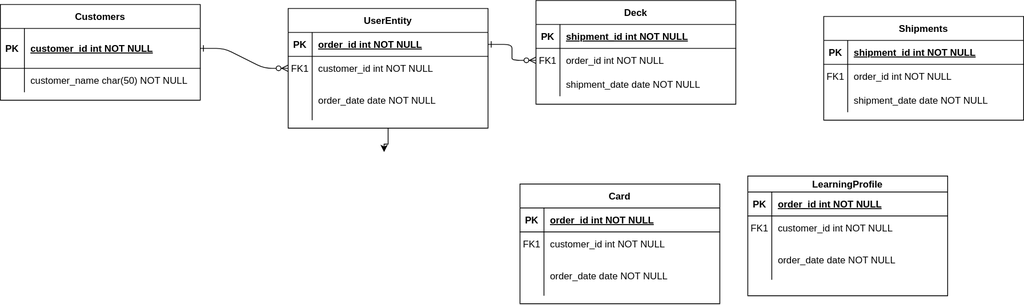
This is erd 다이어그램.drawio.svg from Third-tool/third-tool-backend, a draw.io export, as it was before one commit. Source tidied: cells renumbered, new cells last; positions are measured from the earlier drawing's top-left corner, leaving out a move shared by most shapes.
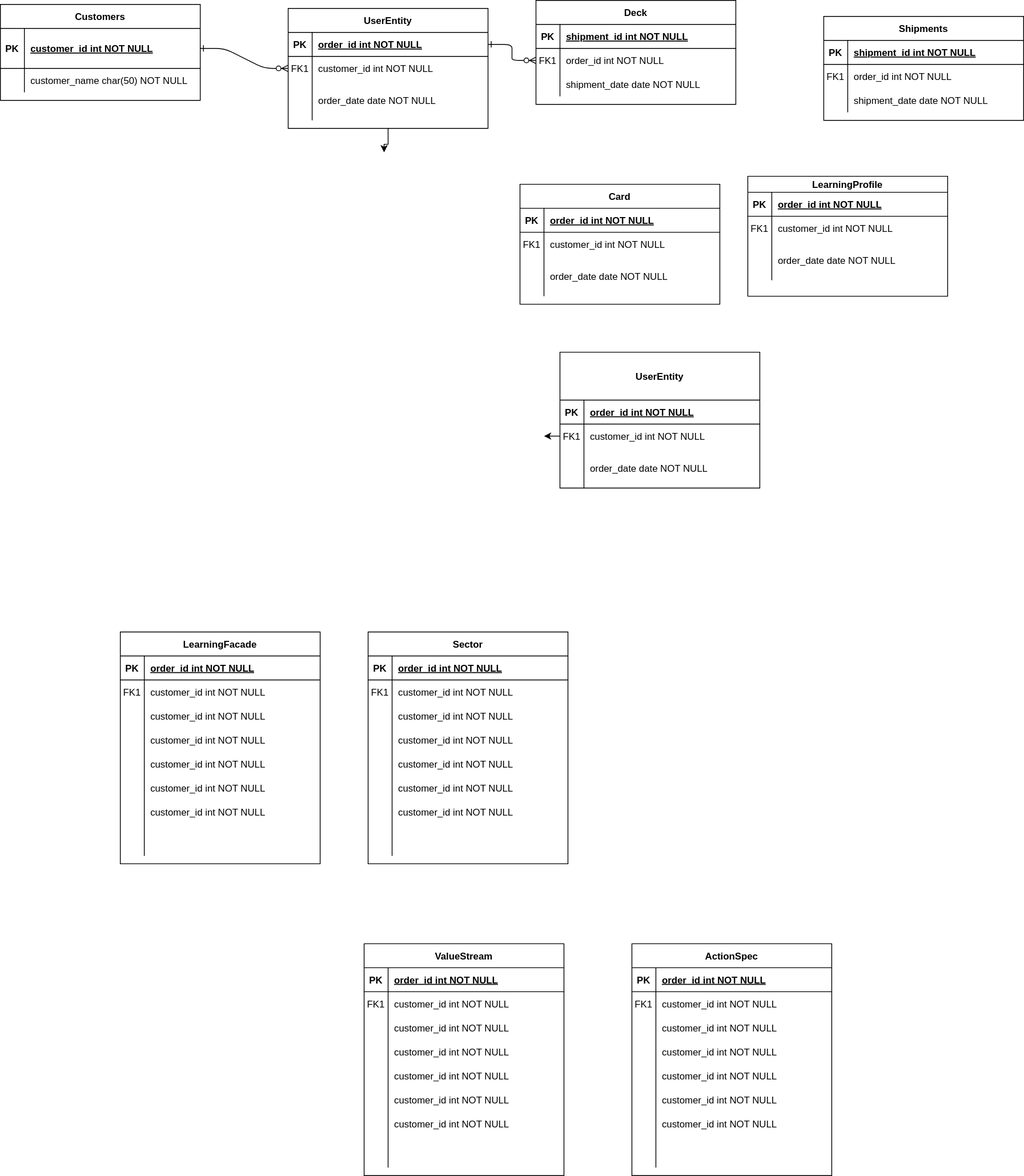
After the commit.

Commit message:
erd 다이어그램.drawio.svg 업데이트

Diff of the diagram source:
```diff
@@ -184,5 +184,238 @@
     <mxCell id="61" value="shipment_date date NOT NULL" style="shape=partialRectangle;overflow=hidden;fillColor=none;top=0;left=0;bottom=0;right=0;align=left;spacingLeft=6;" parent="59" vertex="1">
       <mxGeometry x="30" width="220" height="30" as="geometry" />
     </mxCell>
+    <mxCell id="62" value="UserEntity" style="shape=table;startSize=60;rowLines=0;fontStyle=1;align=center;" parent="1" vertex="1">
+      <mxGeometry x="700" y="440" width="250" height="170" as="geometry" />
+    </mxCell>
+    <mxCell id="63" style="shape=partialRectangle;fillColor=none;top=0;left=0;right=0;bottom=1;" parent="62" vertex="1">
+      <mxGeometry y="60" width="250" height="30" as="geometry" />
+    </mxCell>
+    <mxCell id="64" value="PK" style="shape=partialRectangle;overflow=hidden;fillColor=none;top=0;left=0;bottom=0;right=0;fontStyle=1;" parent="63" vertex="1">
+      <mxGeometry width="30" height="30" as="geometry" />
+    </mxCell>
+    <mxCell id="65" value="order_id int NOT NULL " style="shape=partialRectangle;overflow=hidden;fillColor=none;top=0;left=0;bottom=0;right=0;align=left;spacingLeft=6;fontStyle=5;" parent="63" vertex="1">
+      <mxGeometry x="30" width="220" height="30" as="geometry" />
+    </mxCell>
+    <mxCell id="66" style="shape=partialRectangle;fillColor=none;points=[[0,0.5],[1,0.5]];portConstraint=eastwest;top=0;left=0;right=0;bottom=0;" parent="62" vertex="1">
+      <mxGeometry y="90" width="250" height="30" as="geometry" />
+    </mxCell>
+    <mxCell id="67" value="FK1" style="shape=partialRectangle;overflow=hidden;fillColor=none;top=0;left=0;bottom=0;right=0;" parent="66" vertex="1">
+      <mxGeometry width="30" height="30" as="geometry" />
+    </mxCell>
+    <mxCell id="68" value="customer_id int NOT NULL" style="shape=partialRectangle;overflow=hidden;fillColor=none;top=0;left=0;bottom=0;right=0;align=left;spacingLeft=6;" parent="66" vertex="1">
+      <mxGeometry x="30" width="220" height="30" as="geometry" />
+    </mxCell>
+    <mxCell id="69" style="shape=partialRectangle;fillColor=none;top=0;left=0;right=0;bottom=0;" parent="62" vertex="1">
+      <mxGeometry y="120" width="250" height="50" as="geometry" />
+    </mxCell>
+    <mxCell id="70" style="shape=partialRectangle;overflow=hidden;fillColor=none;top=0;left=0;bottom=0;right=0;" parent="69" vertex="1">
+      <mxGeometry width="30" height="50" as="geometry" />
+    </mxCell>
+    <mxCell id="71" value="order_date date NOT NULL" style="shape=partialRectangle;overflow=hidden;fillColor=none;top=0;left=0;bottom=0;right=0;align=left;spacingLeft=6;" parent="69" vertex="1">
+      <mxGeometry x="30" width="220" height="50" as="geometry" />
+    </mxCell>
+    <mxCell id="72" style="shape=partialRectangle;overflow=hidden;fillColor=none;top=0;left=0;bottom=0;right=0;" parent="1" vertex="1">
+      <mxGeometry x="50" y="650" width="30" height="50" as="geometry" />
+    </mxCell>
+    <mxCell id="73" style="shape=partialRectangle;overflow=hidden;fillColor=none;top=0;left=0;bottom=0;right=0;" parent="1" vertex="1">
+      <mxGeometry x="50" y="660" width="30" height="50" as="geometry" />
+    </mxCell>
+    <mxCell id="74" style="edgeStyle=orthogonalEdgeStyle;rounded=0;jettySize=auto;html=1;exitX=0;exitY=0.5;exitDx=0;exitDy=0;" parent="1" edge="1" source="66">
+      <mxGeometry relative="1" as="geometry">
+        <mxPoint x="680" y="545.5" as="targetPoint" />
+      </mxGeometry>
+    </mxCell>
+    <mxCell id="75" style="group;" parent="1" vertex="1">
+      <mxGeometry x="150" y="790" width="250" height="290" as="geometry" />
+    </mxCell>
+    <mxCell id="76" value="LearningFacade" style="shape=table;startSize=30;rowLines=0;fontStyle=1;align=center;" parent="75" vertex="1">
+      <mxGeometry width="250" height="290" as="geometry" />
+    </mxCell>
+    <mxCell id="77" style="shape=partialRectangle;fillColor=none;top=0;left=0;right=0;bottom=1;" parent="76" vertex="1">
+      <mxGeometry y="30" width="250" height="30" as="geometry" />
+    </mxCell>
+    <mxCell id="78" value="PK" style="shape=partialRectangle;overflow=hidden;fillColor=none;top=0;left=0;bottom=0;right=0;fontStyle=1;" parent="77" vertex="1">
+      <mxGeometry width="30" height="30" as="geometry" />
+    </mxCell>
+    <mxCell id="79" value="order_id int NOT NULL " style="shape=partialRectangle;overflow=hidden;fillColor=none;top=0;left=0;bottom=0;right=0;align=left;spacingLeft=6;fontStyle=5;" parent="77" vertex="1">
+      <mxGeometry x="30" width="220" height="30" as="geometry" />
+    </mxCell>
+    <mxCell id="80" style="shape=partialRectangle;fillColor=none;top=0;left=0;right=0;bottom=0;" parent="76" vertex="1">
+      <mxGeometry y="60" width="250" height="30" as="geometry" />
+    </mxCell>
+    <mxCell id="81" value="FK1" style="shape=partialRectangle;overflow=hidden;fillColor=none;top=0;left=0;bottom=0;right=0;" parent="80" vertex="1">
+      <mxGeometry width="30" height="30" as="geometry" />
+    </mxCell>
+    <mxCell id="82" value="customer_id int NOT NULL" style="shape=partialRectangle;overflow=hidden;fillColor=none;top=0;left=0;bottom=0;right=0;align=left;spacingLeft=6;" parent="80" vertex="1">
+      <mxGeometry x="30" width="220" height="30" as="geometry" />
+    </mxCell>
+    <mxCell id="83" style="shape=partialRectangle;fillColor=none;top=0;left=0;right=0;bottom=0;" parent="76" vertex="1">
+      <mxGeometry y="90" width="250" height="190" as="geometry" />
+    </mxCell>
+    <mxCell id="84" style="shape=partialRectangle;overflow=hidden;fillColor=none;top=0;left=0;bottom=0;right=0;" parent="83" vertex="1">
+      <mxGeometry width="30" height="190" as="geometry" />
+    </mxCell>
+    <mxCell id="85" style="shape=partialRectangle;overflow=hidden;fillColor=none;top=0;left=0;bottom=0;right=0;align=left;spacingLeft=6;" parent="83" vertex="1">
+      <mxGeometry x="30" width="220" height="190" as="geometry" />
+    </mxCell>
+    <mxCell id="86" value="customer_id int NOT NULL" style="shape=partialRectangle;overflow=hidden;fillColor=none;top=0;left=0;bottom=0;right=0;align=left;spacingLeft=6;" parent="75" vertex="1">
+      <mxGeometry x="30" y="90" width="220" height="30" as="geometry" />
+    </mxCell>
+    <mxCell id="87" value="customer_id int NOT NULL" style="shape=partialRectangle;overflow=hidden;fillColor=none;top=0;left=0;bottom=0;right=0;align=left;spacingLeft=6;" parent="75" vertex="1">
+      <mxGeometry x="30" y="150" width="220" height="30" as="geometry" />
+    </mxCell>
+    <mxCell id="88" value="customer_id int NOT NULL" style="shape=partialRectangle;overflow=hidden;fillColor=none;top=0;left=0;bottom=0;right=0;align=left;spacingLeft=6;" parent="75" vertex="1">
+      <mxGeometry x="30" y="120" width="220" height="30" as="geometry" />
+    </mxCell>
+    <mxCell id="89" value="customer_id int NOT NULL" style="shape=partialRectangle;overflow=hidden;fillColor=none;top=0;left=0;bottom=0;right=0;align=left;spacingLeft=6;" parent="75" vertex="1">
+      <mxGeometry x="30" y="180" width="220" height="30" as="geometry" />
+    </mxCell>
+    <mxCell id="90" value="customer_id int NOT NULL" style="shape=partialRectangle;overflow=hidden;fillColor=none;top=0;left=0;bottom=0;right=0;align=left;spacingLeft=6;" parent="75" vertex="1">
+      <mxGeometry x="30" y="210" width="220" height="30" as="geometry" />
+    </mxCell>
+    <mxCell id="91" style="group;" parent="1" vertex="1">
+      <mxGeometry x="460" y="790" width="250" height="290" as="geometry" />
+    </mxCell>
+    <mxCell id="92" value="Sector" style="shape=table;startSize=30;rowLines=0;fontStyle=1;align=center;" parent="91" vertex="1">
+      <mxGeometry width="250" height="290" as="geometry" />
+    </mxCell>
+    <mxCell id="93" style="shape=partialRectangle;fillColor=none;top=0;left=0;right=0;bottom=1;" parent="92" vertex="1">
+      <mxGeometry y="30" width="250" height="30" as="geometry" />
+    </mxCell>
+    <mxCell id="94" value="PK" style="shape=partialRectangle;overflow=hidden;fillColor=none;top=0;left=0;bottom=0;right=0;fontStyle=1;" parent="93" vertex="1">
+      <mxGeometry width="30" height="30" as="geometry" />
+    </mxCell>
+    <mxCell id="95" value="order_id int NOT NULL " style="shape=partialRectangle;overflow=hidden;fillColor=none;top=0;left=0;bottom=0;right=0;align=left;spacingLeft=6;fontStyle=5;" parent="93" vertex="1">
+      <mxGeometry x="30" width="220" height="30" as="geometry" />
+    </mxCell>
+    <mxCell id="96" style="shape=partialRectangle;fillColor=none;top=0;left=0;right=0;bottom=0;" parent="92" vertex="1">
+      <mxGeometry y="60" width="250" height="30" as="geometry" />
+    </mxCell>
+    <mxCell id="97" value="FK1" style="shape=partialRectangle;overflow=hidden;fillColor=none;top=0;left=0;bottom=0;right=0;" parent="96" vertex="1">
+      <mxGeometry width="30" height="30" as="geometry" />
+    </mxCell>
+    <mxCell id="98" value="customer_id int NOT NULL" style="shape=partialRectangle;overflow=hidden;fillColor=none;top=0;left=0;bottom=0;right=0;align=left;spacingLeft=6;" parent="96" vertex="1">
+      <mxGeometry x="30" width="220" height="30" as="geometry" />
+    </mxCell>
+    <mxCell id="99" style="shape=partialRectangle;fillColor=none;top=0;left=0;right=0;bottom=0;" parent="92" vertex="1">
+      <mxGeometry y="90" width="250" height="190" as="geometry" />
+    </mxCell>
+    <mxCell id="100" style="shape=partialRectangle;overflow=hidden;fillColor=none;top=0;left=0;bottom=0;right=0;" parent="99" vertex="1">
+      <mxGeometry width="30" height="190" as="geometry" />
+    </mxCell>
+    <mxCell id="101" style="shape=partialRectangle;overflow=hidden;fillColor=none;top=0;left=0;bottom=0;right=0;align=left;spacingLeft=6;" parent="99" vertex="1">
+      <mxGeometry x="30" width="220" height="190" as="geometry" />
+    </mxCell>
+    <mxCell id="102" value="customer_id int NOT NULL" style="shape=partialRectangle;overflow=hidden;fillColor=none;top=0;left=0;bottom=0;right=0;align=left;spacingLeft=6;" parent="91" vertex="1">
+      <mxGeometry x="30" y="90" width="220" height="30" as="geometry" />
+    </mxCell>
+    <mxCell id="103" value="customer_id int NOT NULL" style="shape=partialRectangle;overflow=hidden;fillColor=none;top=0;left=0;bottom=0;right=0;align=left;spacingLeft=6;" parent="91" vertex="1">
+      <mxGeometry x="30" y="150" width="220" height="30" as="geometry" />
+    </mxCell>
+    <mxCell id="104" value="customer_id int NOT NULL" style="shape=partialRectangle;overflow=hidden;fillColor=none;top=0;left=0;bottom=0;right=0;align=left;spacingLeft=6;" parent="91" vertex="1">
+      <mxGeometry x="30" y="120" width="220" height="30" as="geometry" />
+    </mxCell>
+    <mxCell id="105" value="customer_id int NOT NULL" style="shape=partialRectangle;overflow=hidden;fillColor=none;top=0;left=0;bottom=0;right=0;align=left;spacingLeft=6;" parent="91" vertex="1">
+      <mxGeometry x="30" y="180" width="220" height="30" as="geometry" />
+    </mxCell>
+    <mxCell id="106" value="customer_id int NOT NULL" style="shape=partialRectangle;overflow=hidden;fillColor=none;top=0;left=0;bottom=0;right=0;align=left;spacingLeft=6;" parent="91" vertex="1">
+      <mxGeometry x="30" y="210" width="220" height="30" as="geometry" />
+    </mxCell>
+    <mxCell id="107" style="group;" parent="1" vertex="1">
+      <mxGeometry x="455" y="1180" width="250" height="290" as="geometry" />
+    </mxCell>
+    <mxCell id="108" value="ValueStream" style="shape=table;startSize=30;rowLines=0;fontStyle=1;align=center;" parent="107" vertex="1">
+      <mxGeometry width="250" height="290" as="geometry" />
+    </mxCell>
+    <mxCell id="109" style="shape=partialRectangle;fillColor=none;top=0;left=0;right=0;bottom=1;" parent="108" vertex="1">
+      <mxGeometry y="30" width="250" height="30" as="geometry" />
+    </mxCell>
+    <mxCell id="110" value="PK" style="shape=partialRectangle;overflow=hidden;fillColor=none;top=0;left=0;bottom=0;right=0;fontStyle=1;" parent="109" vertex="1">
+      <mxGeometry width="30" height="30" as="geometry" />
+    </mxCell>
+    <mxCell id="111" value="order_id int NOT NULL " style="shape=partialRectangle;overflow=hidden;fillColor=none;top=0;left=0;bottom=0;right=0;align=left;spacingLeft=6;fontStyle=5;" parent="109" vertex="1">
+      <mxGeometry x="30" width="220" height="30" as="geometry" />
+    </mxCell>
+    <mxCell id="112" style="shape=partialRectangle;fillColor=none;top=0;left=0;right=0;bottom=0;" parent="108" vertex="1">
+      <mxGeometry y="60" width="250" height="30" as="geometry" />
+    </mxCell>
+    <mxCell id="113" value="FK1" style="shape=partialRectangle;overflow=hidden;fillColor=none;top=0;left=0;bottom=0;right=0;" parent="112" vertex="1">
+      <mxGeometry width="30" height="30" as="geometry" />
+    </mxCell>
+    <mxCell id="114" value="customer_id int NOT NULL" style="shape=partialRectangle;overflow=hidden;fillColor=none;top=0;left=0;bottom=0;right=0;align=left;spacingLeft=6;" parent="112" vertex="1">
+      <mxGeometry x="30" width="220" height="30" as="geometry" />
+    </mxCell>
+    <mxCell id="115" style="shape=partialRectangle;fillColor=none;top=0;left=0;right=0;bottom=0;" parent="108" vertex="1">
+      <mxGeometry y="90" width="250" height="190" as="geometry" />
+    </mxCell>
+    <mxCell id="116" style="shape=partialRectangle;overflow=hidden;fillColor=none;top=0;left=0;bottom=0;right=0;" parent="115" vertex="1">
+      <mxGeometry width="30" height="190" as="geometry" />
+    </mxCell>
+    <mxCell id="117" style="shape=partialRectangle;overflow=hidden;fillColor=none;top=0;left=0;bottom=0;right=0;align=left;spacingLeft=6;" parent="115" vertex="1">
+      <mxGeometry x="30" width="220" height="190" as="geometry" />
+    </mxCell>
+    <mxCell id="118" value="customer_id int NOT NULL" style="shape=partialRectangle;overflow=hidden;fillColor=none;top=0;left=0;bottom=0;right=0;align=left;spacingLeft=6;" parent="107" vertex="1">
+      <mxGeometry x="30" y="90" width="220" height="30" as="geometry" />
+    </mxCell>
+    <mxCell id="119" value="customer_id int NOT NULL" style="shape=partialRectangle;overflow=hidden;fillColor=none;top=0;left=0;bottom=0;right=0;align=left;spacingLeft=6;" parent="107" vertex="1">
+      <mxGeometry x="30" y="150" width="220" height="30" as="geometry" />
+    </mxCell>
+    <mxCell id="120" value="customer_id int NOT NULL" style="shape=partialRectangle;overflow=hidden;fillColor=none;top=0;left=0;bottom=0;right=0;align=left;spacingLeft=6;" parent="107" vertex="1">
+      <mxGeometry x="30" y="120" width="220" height="30" as="geometry" />
+    </mxCell>
+    <mxCell id="121" value="customer_id int NOT NULL" style="shape=partialRectangle;overflow=hidden;fillColor=none;top=0;left=0;bottom=0;right=0;align=left;spacingLeft=6;" parent="107" vertex="1">
+      <mxGeometry x="30" y="180" width="220" height="30" as="geometry" />
+    </mxCell>
+    <mxCell id="122" value="customer_id int NOT NULL" style="shape=partialRectangle;overflow=hidden;fillColor=none;top=0;left=0;bottom=0;right=0;align=left;spacingLeft=6;" parent="107" vertex="1">
+      <mxGeometry x="30" y="210" width="220" height="30" as="geometry" />
+    </mxCell>
+    <mxCell id="123" style="group;" parent="1" vertex="1">
+      <mxGeometry x="790" y="1180" width="250" height="290" as="geometry" />
+    </mxCell>
+    <mxCell id="124" value="ActionSpec" style="shape=table;startSize=30;rowLines=0;fontStyle=1;align=center;" parent="123" vertex="1">
+      <mxGeometry width="250" height="290" as="geometry" />
+    </mxCell>
+    <mxCell id="125" style="shape=partialRectangle;fillColor=none;top=0;left=0;right=0;bottom=1;" parent="124" vertex="1">
+      <mxGeometry y="30" width="250" height="30" as="geometry" />
+    </mxCell>
+    <mxCell id="126" value="PK" style="shape=partialRectangle;overflow=hidden;fillColor=none;top=0;left=0;bottom=0;right=0;fontStyle=1;" parent="125" vertex="1">
+      <mxGeometry width="30" height="30" as="geometry" />
+    </mxCell>
+    <mxCell id="127" value="order_id int NOT NULL " style="shape=partialRectangle;overflow=hidden;fillColor=none;top=0;left=0;bottom=0;right=0;align=left;spacingLeft=6;fontStyle=5;" parent="125" vertex="1">
+      <mxGeometry x="30" width="220" height="30" as="geometry" />
+    </mxCell>
+    <mxCell id="128" style="shape=partialRectangle;fillColor=none;top=0;left=0;right=0;bottom=0;" parent="124" vertex="1">
+      <mxGeometry y="60" width="250" height="30" as="geometry" />
+    </mxCell>
+    <mxCell id="129" value="FK1" style="shape=partialRectangle;overflow=hidden;fillColor=none;top=0;left=0;bottom=0;right=0;" parent="128" vertex="1">
+      <mxGeometry width="30" height="30" as="geometry" />
+    </mxCell>
+    <mxCell id="130" value="customer_id int NOT NULL" style="shape=partialRectangle;overflow=hidden;fillColor=none;top=0;left=0;bottom=0;right=0;align=left;spacingLeft=6;" parent="128" vertex="1">
+      <mxGeometry x="30" width="220" height="30" as="geometry" />
+    </mxCell>
+    <mxCell id="131" style="shape=partialRectangle;fillColor=none;top=0;left=0;right=0;bottom=0;" parent="124" vertex="1">
+      <mxGeometry y="90" width="250" height="190" as="geometry" />
+    </mxCell>
+    <mxCell id="132" style="shape=partialRectangle;overflow=hidden;fillColor=none;top=0;left=0;bottom=0;right=0;" parent="131" vertex="1">
+      <mxGeometry width="30" height="190" as="geometry" />
+    </mxCell>
+    <mxCell id="133" style="shape=partialRectangle;overflow=hidden;fillColor=none;top=0;left=0;bottom=0;right=0;align=left;spacingLeft=6;" parent="131" vertex="1">
+      <mxGeometry x="30" width="220" height="190" as="geometry" />
+    </mxCell>
+    <mxCell id="134" value="customer_id int NOT NULL" style="shape=partialRectangle;overflow=hidden;fillColor=none;top=0;left=0;bottom=0;right=0;align=left;spacingLeft=6;" parent="123" vertex="1">
+      <mxGeometry x="30" y="90" width="220" height="30" as="geometry" />
+    </mxCell>
+    <mxCell id="135" value="customer_id int NOT NULL" style="shape=partialRectangle;overflow=hidden;fillColor=none;top=0;left=0;bottom=0;right=0;align=left;spacingLeft=6;" parent="123" vertex="1">
+      <mxGeometry x="30" y="150" width="220" height="30" as="geometry" />
+    </mxCell>
+    <mxCell id="136" value="customer_id int NOT NULL" style="shape=partialRectangle;overflow=hidden;fillColor=none;top=0;left=0;bottom=0;right=0;align=left;spacingLeft=6;" parent="123" vertex="1">
+      <mxGeometry x="30" y="120" width="220" height="30" as="geometry" />
+    </mxCell>
+    <mxCell id="137" value="customer_id int NOT NULL" style="shape=partialRectangle;overflow=hidden;fillColor=none;top=0;left=0;bottom=0;right=0;align=left;spacingLeft=6;" parent="123" vertex="1">
+      <mxGeometry x="30" y="180" width="220" height="30" as="geometry" />
+    </mxCell>
+    <mxCell id="138" value="customer_id int NOT NULL" style="shape=partialRectangle;overflow=hidden;fillColor=none;top=0;left=0;bottom=0;right=0;align=left;spacingLeft=6;" parent="123" vertex="1">
+      <mxGeometry x="30" y="210" width="220" height="30" as="geometry" />
+    </mxCell>
   </root>
 </mxGraphModel>
```
